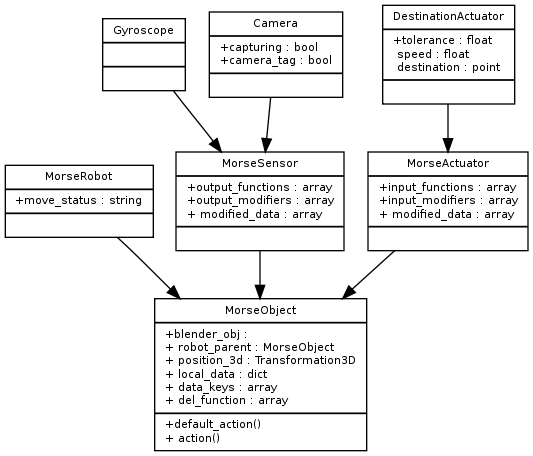
Earlier version of the Graphviz export doc/media/morse_uml.png (morse-simulator/morse). Its source is kept beside it as doc/morse/dev/morse_uml.dot. The source it was exported from:
```dot
digraph G {
	fontname = "Bitstream Vera Sans"
	fontsize = 8

	node [
		fontname = "Bitstream Vera Sans"
		fontsize = 8
		shape = "record"
	]

	edge [
		fontname = "Bitstream Vera Sans"
		fontsize = 8
	]

	MorseObject [
		label = "{MorseObject | +blender_obj :\l+ robot_parent : MorseObject\l+ position_3d : Transformation3D\l+ local_data : dict\l+ data_keys : array\l+ del_function : array\l| +default_action()\l+ action()\l }"
	]

	MorseRobot [
		label = "{MorseRobot | +move_status : string\l| }"
	]

	MorseSensor [
		label = "{MorseSensor | +output_functions : array\l+output_modifiers : array\l+ modified_data : array\l |}"
	]

	MorseActuator [
		label = "{MorseActuator | +input_functions : array\l+input_modifiers : array\l+ modified_data : array\l |}"
	]

	Gyroscope [
		label = "{Gyroscope || }"
	]

	Camera [
		label = "{Camera |+capturing : bool\l+camera_tag : bool | }"
	]

	DestinationActuator [
		label = "{DestinationActuator | +tolerance : float\l speed : float\l destination : point\l | }"
	]

	MorseRobot -> MorseObject
	MorseSensor -> MorseObject
	MorseActuator -> MorseObject
	Gyroscope -> MorseSensor
	Camera -> MorseSensor
	DestinationActuator -> MorseActuator


}
```
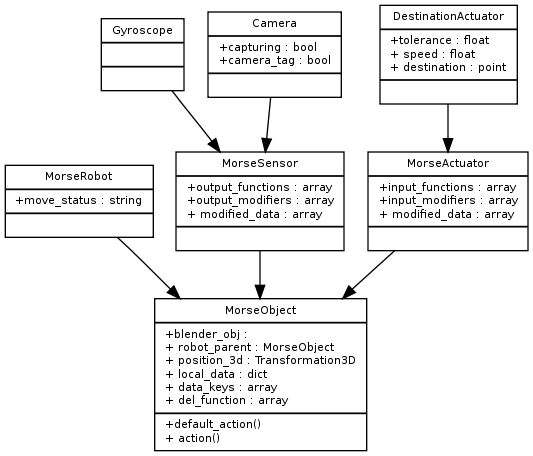
After the change.

Commit message:
Make morse_uml.png transparent

What changed in the source:
```diff
@@ -1,6 +1,7 @@
 digraph G {
 	fontname = "Bitstream Vera Sans"
 	fontsize = 8
+	bgcolor="transparent"
 
 	node [
 		fontname = "Bitstream Vera Sans"
@@ -38,7 +39,7 @@
 	]
 
 	DestinationActuator [
-		label = "{DestinationActuator | +tolerance : float\l speed : float\l destination : point\l | }"
+		label = "{DestinationActuator | +tolerance : float\l+ speed : float\l+ destination : point\l | }"
 	]
 
 	MorseRobot -> MorseObject
```
